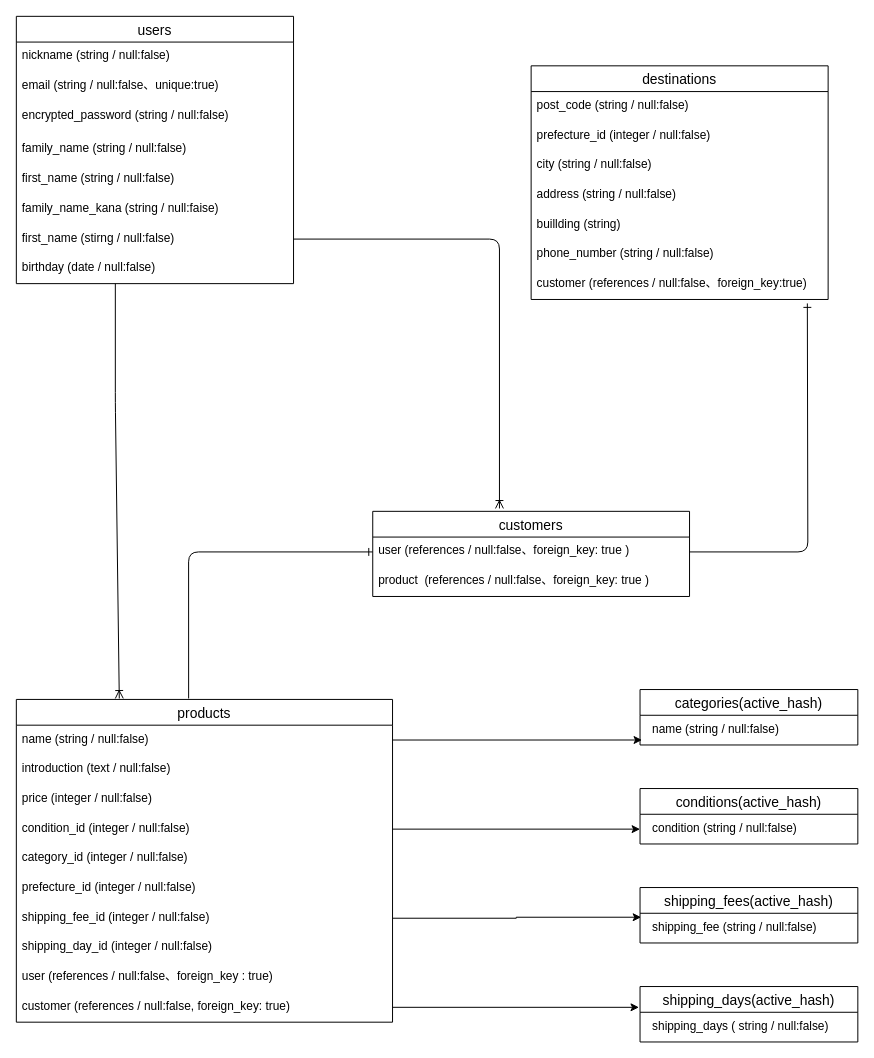
akiko777/furima-30986 keeps this draw.io diagram as test.dio. Above is the earlier version. Source tidied: cells renumbered, new cells numbered last; positions are measured from the earlier drawing's top-left corner, leaving out a move shared by most shapes. Both pictures are drawn from the tidied source at 99%, with x=0, y=0 at pixel (16, 16).
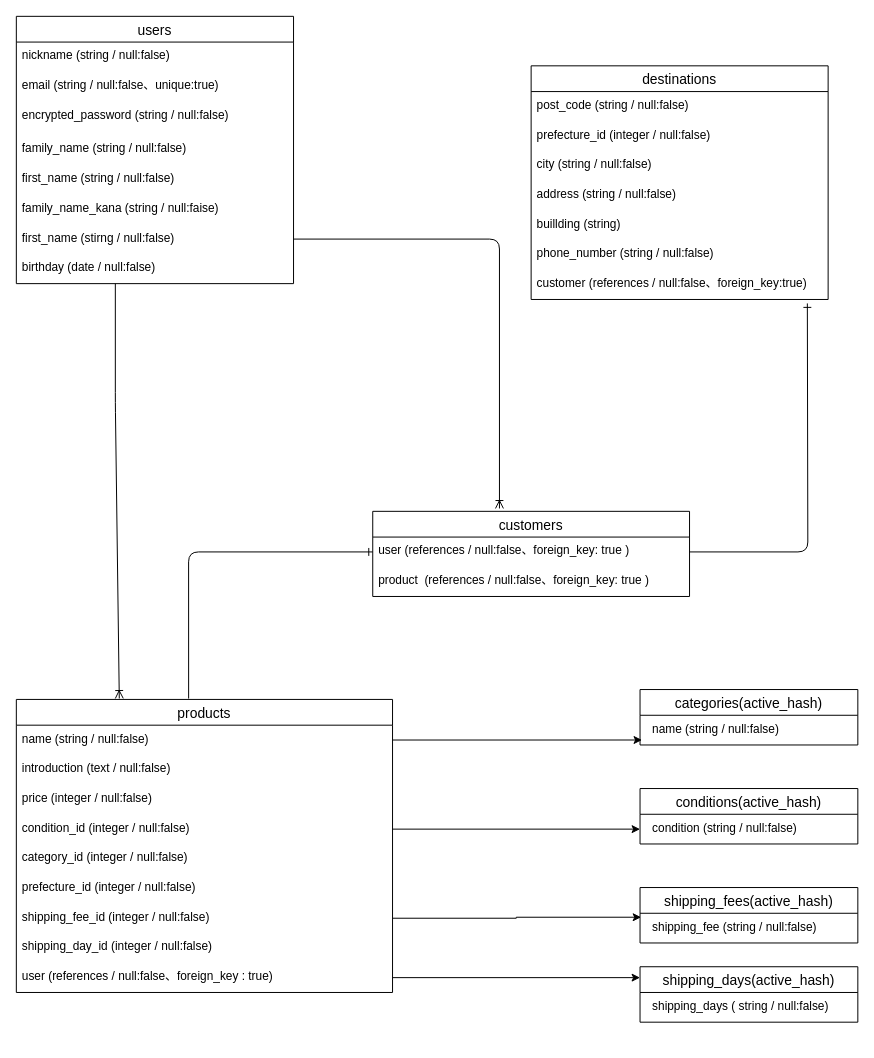
After the change.

Commit message (it also covers changes not shown here):
データベース設計の修正3

The change refers to these unchanged cells:
```xml
<mxCell id="20" value="user (references / null:false、foreign_key : true)" style="text;strokeColor=none;fillColor=none;spacingLeft=4;spacingRight=4;overflow=hidden;points=[[0,0.5],[1,0.5]];portConstraint=eastwest;fontSize=12;" parent="11" vertex="1">
  <mxGeometry y="266" width="380" height="30" as="geometry" />
</mxCell>
```

The edit, as a diff of the source:
```diff
@@
     <mxCell id="11" value="products" style="swimlane;fontStyle=0;horizontal=1;startSize=26;align=center;fontSize=14;" parent="1" vertex="1">
-      <mxGeometry y="690" width="380" height="326" as="geometry" />
+      <mxGeometry y="690" width="380" height="296" as="geometry" />
     </mxCell>
@@
-    <mxCell id="21" value="customer (references / null:false, foreign_key: true)" style="text;strokeColor=none;fillColor=none;spacingLeft=4;spacingRight=4;overflow=hidden;points=[[0,0.5],[1,0.5]];portConstraint=eastwest;fontSize=12;" parent="11" vertex="1">
-      <mxGeometry y="296" width="380" height="30" as="geometry" />
-    </mxCell>
@@
     <mxCell id="39" value="shipping_days(active_hash)" style="swimlane;fontStyle=0;horizontal=1;startSize=26;align=center;fontSize=14;" parent="1" vertex="1">
-      <mxGeometry x="630" y="980" width="220" height="56" as="geometry" />
+      <mxGeometry x="630" y="960" width="220" height="56" as="geometry" />
     </mxCell>
@@
-    <mxCell id="48" style="edgeStyle=orthogonalEdgeStyle;rounded=0;jettySize=auto;html=1;exitX=1;exitY=0.5;exitDx=0;exitDy=0;entryX=-0.005;entryY=0.375;entryDx=0;entryDy=0;entryPerimeter=0;" parent="1" edge="1" source="21" target="39">
-      <mxGeometry relative="1" as="geometry" />
-    </mxCell>
+    <mxCell id="49" style="edgeStyle=none;rounded=0;jettySize=auto;html=1;exitX=1;exitY=0.5;exitDx=0;exitDy=0;" parent="1" edge="1" source="20">
+      <mxGeometry relative="1" as="geometry">
+        <mxPoint x="630" y="971" as="targetPoint" />
+      </mxGeometry>
+    </mxCell>
```
